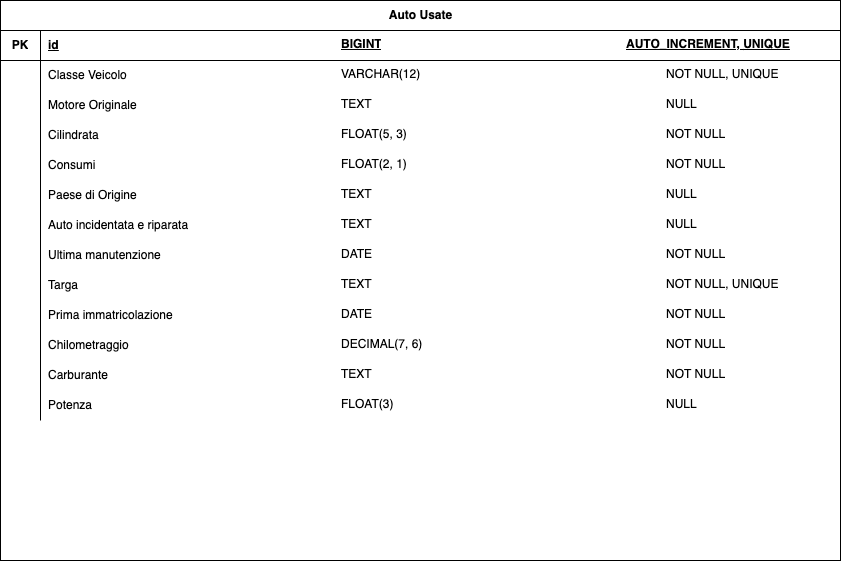
Before: tabella.png, a diagram exported from draw.io (ABiviano13/db-first). Source tidied: cells renumbered, new cells last; positions are measured from the earlier drawing's top-left corner, leaving out a move shared by most shapes. Source of this version:
```xml
<mxGraphModel>
  <root>
    <mxCell id="0" />
    <mxCell id="1" parent="0" />
    <mxCell id="2" value="Auto Usate" style="shape=table;startSize=30;rowLines=0;fontStyle=1;align=center;html=1;" parent="1" vertex="1">
      <mxGeometry width="840" height="560" as="geometry" />
    </mxCell>
    <mxCell id="3" style="shape=tableRow;horizontal=0;startSize=0;swimlaneHead=0;swimlaneBody=0;fillColor=none;top=0;left=0;right=0;bottom=1;" parent="2" vertex="1">
      <mxGeometry y="30" width="840" height="30" as="geometry" />
    </mxCell>
    <mxCell id="4" value="PK" style="shape=partialRectangle;fillColor=none;top=0;left=0;bottom=0;right=0;fontStyle=1;overflow=hidden;whiteSpace=wrap;html=1;" parent="3" vertex="1">
      <mxGeometry width="40" height="30" as="geometry" />
    </mxCell>
    <mxCell id="5" value="id" style="shape=partialRectangle;fillColor=none;top=0;left=0;bottom=0;right=0;align=left;spacingLeft=6;fontStyle=5;overflow=hidden;whiteSpace=wrap;html=1;" parent="3" vertex="1">
      <mxGeometry x="40" width="800" height="30" as="geometry" />
    </mxCell>
    <mxCell id="6" style="shape=tableRow;horizontal=0;startSize=0;swimlaneHead=0;swimlaneBody=0;fillColor=none;top=0;left=0;right=0;bottom=0;" parent="2" vertex="1">
      <mxGeometry y="60" width="840" height="30" as="geometry" />
    </mxCell>
    <mxCell id="7" style="shape=partialRectangle;fillColor=none;top=0;left=0;bottom=0;right=0;overflow=hidden;whiteSpace=wrap;html=1;" parent="6" vertex="1">
      <mxGeometry width="40" height="30" as="geometry" />
    </mxCell>
    <mxCell id="8" value="Classe Veicolo" style="shape=partialRectangle;fillColor=none;top=0;left=0;bottom=0;right=0;align=left;spacingLeft=6;overflow=hidden;whiteSpace=wrap;html=1;" parent="6" vertex="1">
      <mxGeometry x="40" width="800" height="30" as="geometry" />
    </mxCell>
    <mxCell id="9" style="shape=tableRow;horizontal=0;startSize=0;swimlaneHead=0;swimlaneBody=0;fillColor=none;top=0;left=0;right=0;bottom=0;" parent="2" vertex="1">
      <mxGeometry y="90" width="840" height="30" as="geometry" />
    </mxCell>
    <mxCell id="10" style="shape=partialRectangle;fillColor=none;top=0;left=0;bottom=0;right=0;overflow=hidden;whiteSpace=wrap;html=1;" parent="9" vertex="1">
      <mxGeometry width="40" height="30" as="geometry" />
    </mxCell>
    <mxCell id="11" value="Motore Originale" style="shape=partialRectangle;fillColor=none;top=0;left=0;bottom=0;right=0;align=left;spacingLeft=6;overflow=hidden;whiteSpace=wrap;html=1;" parent="9" vertex="1">
      <mxGeometry x="40" width="800" height="30" as="geometry" />
    </mxCell>
    <mxCell id="12" style="shape=tableRow;horizontal=0;startSize=0;swimlaneHead=0;swimlaneBody=0;fillColor=none;top=0;left=0;right=0;bottom=0;" parent="2" vertex="1">
      <mxGeometry y="120" width="840" height="30" as="geometry" />
    </mxCell>
    <mxCell id="13" style="shape=partialRectangle;fillColor=none;top=0;left=0;bottom=0;right=0;overflow=hidden;whiteSpace=wrap;html=1;" parent="12" vertex="1">
      <mxGeometry width="40" height="30" as="geometry" />
    </mxCell>
    <mxCell id="14" value="Cilindrata" style="shape=partialRectangle;fillColor=none;top=0;left=0;bottom=0;right=0;align=left;spacingLeft=6;overflow=hidden;whiteSpace=wrap;html=1;" parent="12" vertex="1">
      <mxGeometry x="40" width="800" height="30" as="geometry" />
    </mxCell>
    <mxCell id="15" style="shape=tableRow;horizontal=0;startSize=0;swimlaneHead=0;swimlaneBody=0;fillColor=none;top=0;left=0;right=0;bottom=0;" parent="2" vertex="1">
      <mxGeometry y="150" width="840" height="30" as="geometry" />
    </mxCell>
    <mxCell id="16" style="shape=partialRectangle;fillColor=none;top=0;left=0;bottom=0;right=0;overflow=hidden;whiteSpace=wrap;html=1;" parent="15" vertex="1">
      <mxGeometry width="40" height="30" as="geometry" />
    </mxCell>
    <mxCell id="17" value="Consumi" style="shape=partialRectangle;fillColor=none;top=0;left=0;bottom=0;right=0;align=left;spacingLeft=6;overflow=hidden;whiteSpace=wrap;html=1;" parent="15" vertex="1">
      <mxGeometry x="40" width="800" height="30" as="geometry" />
    </mxCell>
    <mxCell id="18" style="shape=tableRow;horizontal=0;startSize=0;swimlaneHead=0;swimlaneBody=0;fillColor=none;top=0;left=0;right=0;bottom=0;" parent="2" vertex="1">
      <mxGeometry y="180" width="840" height="30" as="geometry" />
    </mxCell>
    <mxCell id="19" style="shape=partialRectangle;fillColor=none;top=0;left=0;bottom=0;right=0;overflow=hidden;whiteSpace=wrap;html=1;" parent="18" vertex="1">
      <mxGeometry width="40" height="30" as="geometry" />
    </mxCell>
    <mxCell id="20" value="Paese di Origine" style="shape=partialRectangle;fillColor=none;top=0;left=0;bottom=0;right=0;align=left;spacingLeft=6;overflow=hidden;whiteSpace=wrap;html=1;" parent="18" vertex="1">
      <mxGeometry x="40" width="800" height="30" as="geometry" />
    </mxCell>
    <mxCell id="21" style="shape=tableRow;horizontal=0;startSize=0;swimlaneHead=0;swimlaneBody=0;fillColor=none;top=0;left=0;right=0;bottom=0;" parent="2" vertex="1">
      <mxGeometry y="210" width="840" height="30" as="geometry" />
    </mxCell>
    <mxCell id="22" style="shape=partialRectangle;fillColor=none;top=0;left=0;bottom=0;right=0;overflow=hidden;whiteSpace=wrap;html=1;" parent="21" vertex="1">
      <mxGeometry width="40" height="30" as="geometry" />
    </mxCell>
    <mxCell id="23" value="Auto incidentata e riparata" style="shape=partialRectangle;fillColor=none;top=0;left=0;bottom=0;right=0;align=left;spacingLeft=6;overflow=hidden;whiteSpace=wrap;html=1;" parent="21" vertex="1">
      <mxGeometry x="40" width="800" height="30" as="geometry" />
    </mxCell>
    <mxCell id="24" style="shape=tableRow;horizontal=0;startSize=0;swimlaneHead=0;swimlaneBody=0;fillColor=none;top=0;left=0;right=0;bottom=0;" parent="2" vertex="1">
      <mxGeometry y="240" width="840" height="30" as="geometry" />
    </mxCell>
    <mxCell id="25" style="shape=partialRectangle;fillColor=none;top=0;left=0;bottom=0;right=0;overflow=hidden;whiteSpace=wrap;html=1;" parent="24" vertex="1">
      <mxGeometry width="40" height="30" as="geometry" />
    </mxCell>
    <mxCell id="26" value="Ultima manutenzione" style="shape=partialRectangle;fillColor=none;top=0;left=0;bottom=0;right=0;align=left;spacingLeft=6;overflow=hidden;whiteSpace=wrap;html=1;" parent="24" vertex="1">
      <mxGeometry x="40" width="800" height="30" as="geometry" />
    </mxCell>
    <mxCell id="27" style="shape=tableRow;horizontal=0;startSize=0;swimlaneHead=0;swimlaneBody=0;fillColor=none;top=0;left=0;right=0;bottom=0;" parent="2" vertex="1">
      <mxGeometry y="270" width="840" height="30" as="geometry" />
    </mxCell>
    <mxCell id="28" style="shape=partialRectangle;fillColor=none;top=0;left=0;bottom=0;right=0;overflow=hidden;whiteSpace=wrap;html=1;" parent="27" vertex="1">
      <mxGeometry width="40" height="30" as="geometry" />
    </mxCell>
    <mxCell id="29" value="Targa" style="shape=partialRectangle;fillColor=none;top=0;left=0;bottom=0;right=0;align=left;spacingLeft=6;overflow=hidden;whiteSpace=wrap;html=1;" parent="27" vertex="1">
      <mxGeometry x="40" width="800" height="30" as="geometry" />
    </mxCell>
    <mxCell id="30" style="shape=tableRow;horizontal=0;startSize=0;swimlaneHead=0;swimlaneBody=0;fillColor=none;top=0;left=0;right=0;bottom=0;" parent="2" vertex="1">
      <mxGeometry y="300" width="840" height="30" as="geometry" />
    </mxCell>
    <mxCell id="31" style="shape=partialRectangle;fillColor=none;top=0;left=0;bottom=0;right=0;overflow=hidden;whiteSpace=wrap;html=1;" parent="30" vertex="1">
      <mxGeometry width="40" height="30" as="geometry" />
    </mxCell>
    <mxCell id="32" value="Prima immatricolazione" style="shape=partialRectangle;fillColor=none;top=0;left=0;bottom=0;right=0;align=left;spacingLeft=6;overflow=hidden;whiteSpace=wrap;html=1;" parent="30" vertex="1">
      <mxGeometry x="40" width="800" height="30" as="geometry" />
    </mxCell>
    <mxCell id="33" style="shape=tableRow;horizontal=0;startSize=0;swimlaneHead=0;swimlaneBody=0;fillColor=none;top=0;left=0;right=0;bottom=0;" parent="2" vertex="1">
      <mxGeometry y="330" width="840" height="30" as="geometry" />
    </mxCell>
    <mxCell id="34" style="shape=partialRectangle;fillColor=none;top=0;left=0;bottom=0;right=0;overflow=hidden;whiteSpace=wrap;html=1;" parent="33" vertex="1">
      <mxGeometry width="40" height="30" as="geometry" />
    </mxCell>
    <mxCell id="35" value="Chilometraggio&amp;nbsp;" style="shape=partialRectangle;fillColor=none;top=0;left=0;bottom=0;right=0;align=left;spacingLeft=6;overflow=hidden;whiteSpace=wrap;html=1;" parent="33" vertex="1">
      <mxGeometry x="40" width="800" height="30" as="geometry" />
    </mxCell>
    <mxCell id="36" style="shape=tableRow;horizontal=0;startSize=0;swimlaneHead=0;swimlaneBody=0;fillColor=none;top=0;left=0;right=0;bottom=0;" parent="2" vertex="1">
      <mxGeometry y="360" width="840" height="30" as="geometry" />
    </mxCell>
    <mxCell id="37" style="shape=partialRectangle;fillColor=none;top=0;left=0;bottom=0;right=0;overflow=hidden;whiteSpace=wrap;html=1;" parent="36" vertex="1">
      <mxGeometry width="40" height="30" as="geometry" />
    </mxCell>
    <mxCell id="38" value="Carburante" style="shape=partialRectangle;fillColor=none;top=0;left=0;bottom=0;right=0;align=left;spacingLeft=6;overflow=hidden;whiteSpace=wrap;html=1;" parent="36" vertex="1">
      <mxGeometry x="40" width="800" height="30" as="geometry" />
    </mxCell>
    <mxCell id="39" style="shape=tableRow;horizontal=0;startSize=0;swimlaneHead=0;swimlaneBody=0;fillColor=none;top=0;left=0;right=0;bottom=0;" parent="2" vertex="1">
      <mxGeometry y="390" width="840" height="30" as="geometry" />
    </mxCell>
    <mxCell id="40" style="shape=partialRectangle;fillColor=none;top=0;left=0;bottom=0;right=0;overflow=hidden;whiteSpace=wrap;html=1;" parent="39" vertex="1">
      <mxGeometry width="40" height="30" as="geometry" />
    </mxCell>
    <mxCell id="41" value="Potenza" style="shape=partialRectangle;fillColor=none;top=0;left=0;bottom=0;right=0;align=left;spacingLeft=6;overflow=hidden;whiteSpace=wrap;html=1;" parent="39" vertex="1">
      <mxGeometry x="40" width="800" height="30" as="geometry" />
    </mxCell>
    <mxCell id="42" value="&lt;b&gt;&lt;u&gt;BIGINT&lt;/u&gt;&lt;/b&gt;" style="text;strokeColor=none;fillColor=none;spacingLeft=4;spacingRight=4;overflow=hidden;fontSize=12;whiteSpace=wrap;html=1;" parent="1" vertex="1">
      <mxGeometry x="335" y="30" width="50" height="30" as="geometry" />
    </mxCell>
    <mxCell id="43" value="VARCHAR(12)" style="text;strokeColor=none;fillColor=none;spacingLeft=4;spacingRight=4;overflow=hidden;fontSize=12;whiteSpace=wrap;html=1;" parent="1" vertex="1">
      <mxGeometry x="335" y="60" width="95" height="30" as="geometry" />
    </mxCell>
    <mxCell id="44" value="TEXT" style="text;strokeColor=none;fillColor=none;spacingLeft=4;spacingRight=4;overflow=hidden;fontSize=12;whiteSpace=wrap;html=1;" parent="1" vertex="1">
      <mxGeometry x="335" y="90" width="80" height="30" as="geometry" />
    </mxCell>
    <mxCell id="45" value="FLOAT(5, 3)" style="text;strokeColor=none;fillColor=none;spacingLeft=4;spacingRight=4;overflow=hidden;fontSize=12;whiteSpace=wrap;html=1;" parent="1" vertex="1">
      <mxGeometry x="335" y="120" width="80" height="30" as="geometry" />
    </mxCell>
    <mxCell id="46" value="FLOAT(2, 1)" style="text;strokeColor=none;fillColor=none;spacingLeft=4;spacingRight=4;overflow=hidden;fontSize=12;whiteSpace=wrap;html=1;" parent="1" vertex="1">
      <mxGeometry x="335" y="150" width="80" height="30" as="geometry" />
    </mxCell>
    <mxCell id="47" value="TEXT" style="text;strokeColor=none;fillColor=none;spacingLeft=4;spacingRight=4;overflow=hidden;fontSize=12;whiteSpace=wrap;html=1;" parent="1" vertex="1">
      <mxGeometry x="335" y="180" width="80" height="30" as="geometry" />
    </mxCell>
    <mxCell id="48" value="TEXT" style="text;strokeColor=none;fillColor=none;spacingLeft=4;spacingRight=4;overflow=hidden;fontSize=12;whiteSpace=wrap;html=1;" parent="1" vertex="1">
      <mxGeometry x="335" y="210" width="80" height="30" as="geometry" />
    </mxCell>
    <mxCell id="49" value="DATE" style="text;strokeColor=none;fillColor=none;spacingLeft=4;spacingRight=4;overflow=hidden;fontSize=12;whiteSpace=wrap;html=1;" parent="1" vertex="1">
      <mxGeometry x="335" y="240" width="80" height="30" as="geometry" />
    </mxCell>
    <mxCell id="50" value="TEXT" style="text;strokeColor=none;fillColor=none;spacingLeft=4;spacingRight=4;overflow=hidden;fontSize=12;whiteSpace=wrap;html=1;" parent="1" vertex="1">
      <mxGeometry x="335" y="270" width="80" height="30" as="geometry" />
    </mxCell>
    <mxCell id="51" value="DATE" style="text;strokeColor=none;fillColor=none;spacingLeft=4;spacingRight=4;overflow=hidden;fontSize=12;whiteSpace=wrap;html=1;" parent="1" vertex="1">
      <mxGeometry x="335" y="300" width="80" height="30" as="geometry" />
    </mxCell>
    <mxCell id="52" value="DECIMAL(7, 6)" style="text;strokeColor=none;fillColor=none;spacingLeft=4;spacingRight=4;overflow=hidden;fontSize=12;whiteSpace=wrap;html=1;" parent="1" vertex="1">
      <mxGeometry x="335" y="330" width="95" height="30" as="geometry" />
    </mxCell>
    <mxCell id="53" value="TEXT" style="text;strokeColor=none;fillColor=none;spacingLeft=4;spacingRight=4;overflow=hidden;fontSize=12;whiteSpace=wrap;html=1;" parent="1" vertex="1">
      <mxGeometry x="335" y="360" width="80" height="30" as="geometry" />
    </mxCell>
    <mxCell id="54" value="FLOAT(3)" style="text;strokeColor=none;fillColor=none;spacingLeft=4;spacingRight=4;overflow=hidden;fontSize=12;whiteSpace=wrap;html=1;" parent="1" vertex="1">
      <mxGeometry x="335" y="390" width="80" height="30" as="geometry" />
    </mxCell>
    <mxCell id="55" value="&lt;b&gt;&lt;u&gt;AUTO_INCREMENT,&amp;nbsp;&lt;/u&gt;&lt;/b&gt;&lt;b&gt;&lt;u&gt;UNIQUE&lt;/u&gt;&lt;/b&gt;" style="text;strokeColor=none;fillColor=none;spacingLeft=4;spacingRight=4;overflow=hidden;fontSize=12;whiteSpace=wrap;html=1;" parent="1" vertex="1">
      <mxGeometry x="620" y="30" width="180" height="30" as="geometry" />
    </mxCell>
    <mxCell id="56" value="NOT NULL, UNIQUE" style="text;strokeColor=none;fillColor=none;spacingLeft=4;spacingRight=4;overflow=hidden;fontSize=12;whiteSpace=wrap;html=1;" parent="1" vertex="1">
      <mxGeometry x="660" y="60" width="140" height="30" as="geometry" />
    </mxCell>
    <mxCell id="57" value="NULL" style="text;strokeColor=none;fillColor=none;spacingLeft=4;spacingRight=4;overflow=hidden;fontSize=12;whiteSpace=wrap;html=1;" parent="1" vertex="1">
      <mxGeometry x="660" y="90" width="95" height="30" as="geometry" />
    </mxCell>
    <mxCell id="58" value="NOT NULL" style="text;strokeColor=none;fillColor=none;spacingLeft=4;spacingRight=4;overflow=hidden;fontSize=12;whiteSpace=wrap;html=1;" parent="1" vertex="1">
      <mxGeometry x="660" y="120" width="95" height="30" as="geometry" />
    </mxCell>
    <mxCell id="59" value="NOT NULL" style="text;strokeColor=none;fillColor=none;spacingLeft=4;spacingRight=4;overflow=hidden;fontSize=12;whiteSpace=wrap;html=1;" parent="1" vertex="1">
      <mxGeometry x="660" y="150" width="95" height="30" as="geometry" />
    </mxCell>
    <mxCell id="60" value="NULL" style="text;strokeColor=none;fillColor=none;spacingLeft=4;spacingRight=4;overflow=hidden;fontSize=12;whiteSpace=wrap;html=1;" parent="1" vertex="1">
      <mxGeometry x="660" y="180" width="95" height="30" as="geometry" />
    </mxCell>
    <mxCell id="61" value="NULL" style="text;strokeColor=none;fillColor=none;spacingLeft=4;spacingRight=4;overflow=hidden;fontSize=12;whiteSpace=wrap;html=1;" parent="1" vertex="1">
      <mxGeometry x="660" y="210" width="95" height="30" as="geometry" />
    </mxCell>
    <mxCell id="62" value="NOT NULL" style="text;strokeColor=none;fillColor=none;spacingLeft=4;spacingRight=4;overflow=hidden;fontSize=12;whiteSpace=wrap;html=1;" parent="1" vertex="1">
      <mxGeometry x="660" y="240" width="95" height="30" as="geometry" />
    </mxCell>
    <mxCell id="63" value="NOT NULL, UNIQUE" style="text;strokeColor=none;fillColor=none;spacingLeft=4;spacingRight=4;overflow=hidden;fontSize=12;whiteSpace=wrap;html=1;" parent="1" vertex="1">
      <mxGeometry x="660" y="270" width="160" height="30" as="geometry" />
    </mxCell>
    <mxCell id="64" value="NOT NULL" style="text;strokeColor=none;fillColor=none;spacingLeft=4;spacingRight=4;overflow=hidden;fontSize=12;whiteSpace=wrap;html=1;" parent="1" vertex="1">
      <mxGeometry x="660" y="300" width="95" height="30" as="geometry" />
    </mxCell>
    <mxCell id="65" value="NOT NULL" style="text;strokeColor=none;fillColor=none;spacingLeft=4;spacingRight=4;overflow=hidden;fontSize=12;whiteSpace=wrap;html=1;" parent="1" vertex="1">
      <mxGeometry x="660" y="330" width="95" height="30" as="geometry" />
    </mxCell>
    <mxCell id="66" value="NOT NULL" style="text;strokeColor=none;fillColor=none;spacingLeft=4;spacingRight=4;overflow=hidden;fontSize=12;whiteSpace=wrap;html=1;" parent="1" vertex="1">
      <mxGeometry x="660" y="360" width="95" height="30" as="geometry" />
    </mxCell>
    <mxCell id="67" value="NULL" style="text;strokeColor=none;fillColor=none;spacingLeft=4;spacingRight=4;overflow=hidden;fontSize=12;whiteSpace=wrap;html=1;" parent="1" vertex="1">
      <mxGeometry x="660" y="390" width="95" height="30" as="geometry" />
    </mxCell>
  </root>
</mxGraphModel>
```
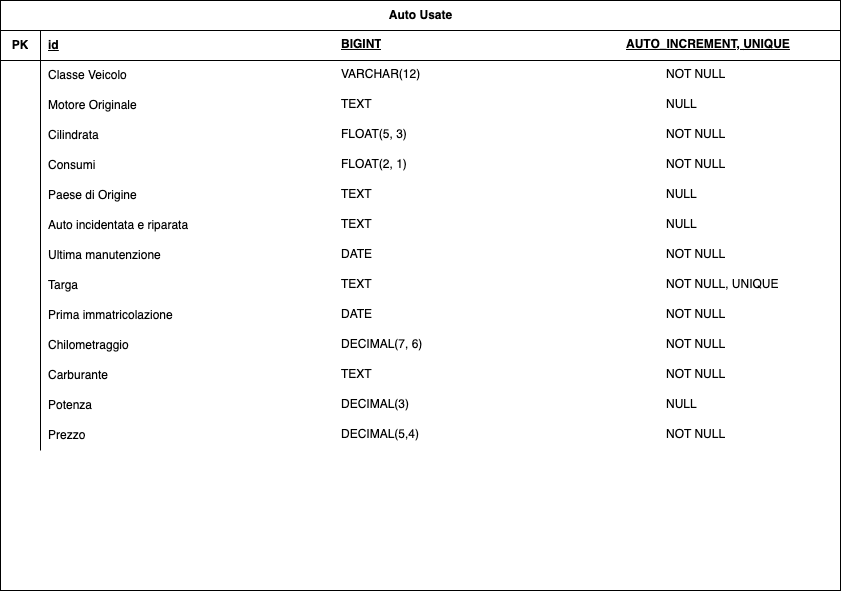
Above is the later version.

What changed in the source:
```diff
@@ -3,7 +3,7 @@
     <mxCell id="0" />
     <mxCell id="1" parent="0" />
     <mxCell id="2" value="Auto Usate" style="shape=table;startSize=30;rowLines=0;fontStyle=1;align=center;html=1;" parent="1" vertex="1">
-      <mxGeometry width="840" height="560" as="geometry" />
+      <mxGeometry width="840" height="590" as="geometry" />
     </mxCell>
     <mxCell id="3" style="shape=tableRow;horizontal=0;startSize=0;swimlaneHead=0;swimlaneBody=0;fillColor=none;top=0;left=0;right=0;bottom=1;" parent="2" vertex="1">
       <mxGeometry y="30" width="840" height="30" as="geometry" />
@@ -122,6 +122,15 @@
     <mxCell id="41" value="Potenza" style="shape=partialRectangle;fillColor=none;top=0;left=0;bottom=0;right=0;align=left;spacingLeft=6;overflow=hidden;whiteSpace=wrap;html=1;" parent="39" vertex="1">
       <mxGeometry x="40" width="800" height="30" as="geometry" />
     </mxCell>
+    <mxCell id="68" style="shape=tableRow;horizontal=0;startSize=0;swimlaneHead=0;swimlaneBody=0;fillColor=none;top=0;left=0;right=0;bottom=0;" parent="2" vertex="1">
+      <mxGeometry y="420" width="840" height="30" as="geometry" />
+    </mxCell>
+    <mxCell id="69" style="shape=partialRectangle;fillColor=none;top=0;left=0;bottom=0;right=0;overflow=hidden;whiteSpace=wrap;html=1;" parent="68" vertex="1">
+      <mxGeometry width="40" height="30" as="geometry" />
+    </mxCell>
+    <mxCell id="70" value="Prezzo" style="shape=partialRectangle;fillColor=none;top=0;left=0;bottom=0;right=0;align=left;spacingLeft=6;overflow=hidden;whiteSpace=wrap;html=1;" parent="68" vertex="1">
+      <mxGeometry x="40" width="800" height="30" as="geometry" />
+    </mxCell>
     <mxCell id="42" value="&lt;b&gt;&lt;u&gt;BIGINT&lt;/u&gt;&lt;/b&gt;" style="text;strokeColor=none;fillColor=none;spacingLeft=4;spacingRight=4;overflow=hidden;fontSize=12;whiteSpace=wrap;html=1;" parent="1" vertex="1">
       <mxGeometry x="335" y="30" width="50" height="30" as="geometry" />
     </mxCell>
@@ -158,13 +167,10 @@
     <mxCell id="53" value="TEXT" style="text;strokeColor=none;fillColor=none;spacingLeft=4;spacingRight=4;overflow=hidden;fontSize=12;whiteSpace=wrap;html=1;" parent="1" vertex="1">
       <mxGeometry x="335" y="360" width="80" height="30" as="geometry" />
     </mxCell>
-    <mxCell id="54" value="FLOAT(3)" style="text;strokeColor=none;fillColor=none;spacingLeft=4;spacingRight=4;overflow=hidden;fontSize=12;whiteSpace=wrap;html=1;" parent="1" vertex="1">
-      <mxGeometry x="335" y="390" width="80" height="30" as="geometry" />
-    </mxCell>
     <mxCell id="55" value="&lt;b&gt;&lt;u&gt;AUTO_INCREMENT,&amp;nbsp;&lt;/u&gt;&lt;/b&gt;&lt;b&gt;&lt;u&gt;UNIQUE&lt;/u&gt;&lt;/b&gt;" style="text;strokeColor=none;fillColor=none;spacingLeft=4;spacingRight=4;overflow=hidden;fontSize=12;whiteSpace=wrap;html=1;" parent="1" vertex="1">
       <mxGeometry x="620" y="30" width="180" height="30" as="geometry" />
     </mxCell>
-    <mxCell id="56" value="NOT NULL, UNIQUE" style="text;strokeColor=none;fillColor=none;spacingLeft=4;spacingRight=4;overflow=hidden;fontSize=12;whiteSpace=wrap;html=1;" parent="1" vertex="1">
+    <mxCell id="56" value="NOT NULL" style="text;strokeColor=none;fillColor=none;spacingLeft=4;spacingRight=4;overflow=hidden;fontSize=12;whiteSpace=wrap;html=1;" parent="1" vertex="1">
       <mxGeometry x="660" y="60" width="140" height="30" as="geometry" />
     </mxCell>
     <mxCell id="57" value="NULL" style="text;strokeColor=none;fillColor=none;spacingLeft=4;spacingRight=4;overflow=hidden;fontSize=12;whiteSpace=wrap;html=1;" parent="1" vertex="1">
@@ -200,5 +206,14 @@
     <mxCell id="67" value="NULL" style="text;strokeColor=none;fillColor=none;spacingLeft=4;spacingRight=4;overflow=hidden;fontSize=12;whiteSpace=wrap;html=1;" parent="1" vertex="1">
       <mxGeometry x="660" y="390" width="95" height="30" as="geometry" />
     </mxCell>
+    <mxCell id="71" value="DECIMAL(3)" style="text;strokeColor=none;fillColor=none;spacingLeft=4;spacingRight=4;overflow=hidden;fontSize=12;whiteSpace=wrap;html=1;" parent="1" vertex="1">
+      <mxGeometry x="335" y="390" width="95" height="30" as="geometry" />
+    </mxCell>
+    <mxCell id="72" value="DECIMAL(5,4)" style="text;strokeColor=none;fillColor=none;spacingLeft=4;spacingRight=4;overflow=hidden;fontSize=12;whiteSpace=wrap;html=1;" parent="1" vertex="1">
+      <mxGeometry x="335" y="420" width="95" height="30" as="geometry" />
+    </mxCell>
+    <mxCell id="73" value="NOT NULL" style="text;strokeColor=none;fillColor=none;spacingLeft=4;spacingRight=4;overflow=hidden;fontSize=12;whiteSpace=wrap;html=1;" parent="1" vertex="1">
+      <mxGeometry x="660" y="420" width="95" height="30" as="geometry" />
+    </mxCell>
   </root>
 </mxGraphModel>
```
